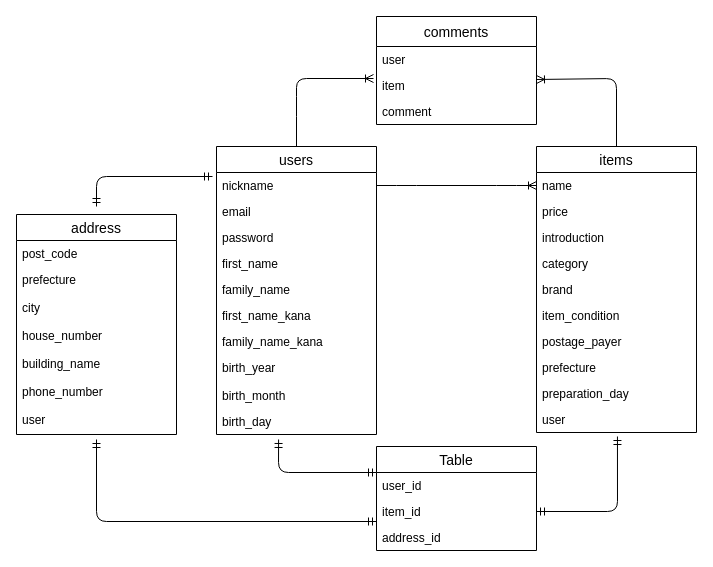
The draw.io diagram README.drawio in HANYA3106/furima_28753, before the edit. Source tidied: cells renumbered, new cells numbered last; positions are measured from the earlier drawing's top-left corner, leaving out a move shared by most shapes. Both pictures are drawn from the tidied source at 100%, with x=0, y=0 at pixel (16, 16).
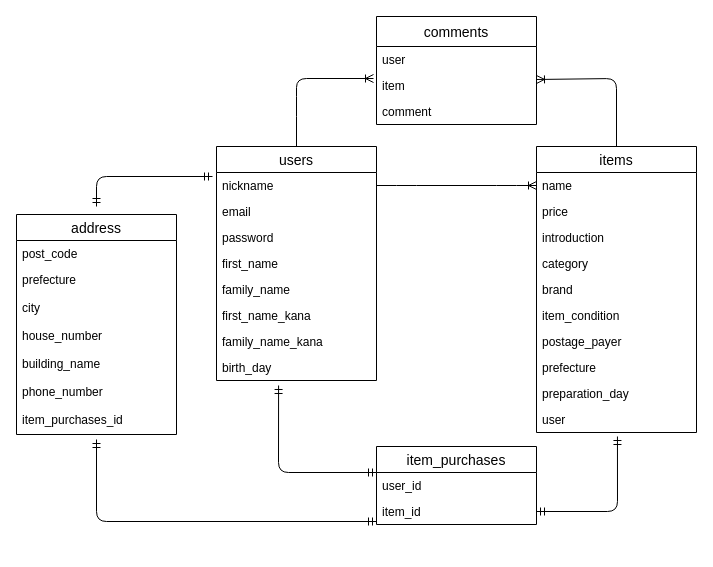
Above is the later version.

Commit message (it also covers changes not shown here):
テーブル設計修正３

The change refers to these unchanged cells:
```xml
<mxCell id="28" value="address" style="swimlane;fontStyle=0;horizontal=1;startSize=26;align=center;fontSize=14;" parent="1" vertex="1">
  <mxGeometry y="198" width="160" height="220" as="geometry" />
</mxCell>
```

Diff of the diagram source:
```diff
@@
     <mxCell id="2" value="users" style="swimlane;fontStyle=0;horizontal=1;startSize=26;align=center;fontSize=14;" parent="1" vertex="1">
-      <mxGeometry x="200" y="130" width="160" height="288" as="geometry" />
+      <mxGeometry x="200" y="130" width="160" height="234" as="geometry" />
     </mxCell>
@@
-    <mxCell id="10" value="birth_year" style="text;strokeColor=none;fillColor=none;spacingLeft=4;spacingRight=4;overflow=hidden;fontSize=12;" parent="2" vertex="1">
-      <mxGeometry y="208" width="160" height="28" as="geometry" />
-    </mxCell>
-    <mxCell id="11" value="birth_month" style="text;strokeColor=none;fillColor=none;spacingLeft=4;spacingRight=4;overflow=hidden;fontSize=12;" parent="2" vertex="1">
-      <mxGeometry y="236" width="160" height="26" as="geometry" />
-    </mxCell>
     <mxCell id="12" value="birth_day" style="text;strokeColor=none;fillColor=none;spacingLeft=4;spacingRight=4;overflow=hidden;points=[[0,0.5],[1,0.5]];portConstraint=eastwest;fontSize=12;" parent="2" vertex="1">
-      <mxGeometry y="262" width="160" height="26" as="geometry" />
+      <mxGeometry y="208" width="160" height="26" as="geometry" />
     </mxCell>
@@
-    <mxCell id="35" value="user" style="text;strokeColor=none;fillColor=none;spacingLeft=4;spacingRight=4;overflow=hidden;points=[[0,0.5],[1,0.5]];portConstraint=eastwest;fontSize=12;" parent="28" vertex="1">
+    <mxCell id="35" value="item_purchases_id" style="text;strokeColor=none;fillColor=none;spacingLeft=4;spacingRight=4;overflow=hidden;points=[[0,0.5],[1,0.5]];portConstraint=eastwest;fontSize=12;" parent="28" vertex="1">
       <mxGeometry y="192" width="160" height="28" as="geometry" />
     </mxCell>
@@
-    <mxCell id="41" value="Table" style="swimlane;fontStyle=0;horizontal=1;startSize=26;align=center;fontSize=14;" parent="1" vertex="1">
-      <mxGeometry x="360" y="430" width="160" height="104" as="geometry" />
+    <mxCell id="41" value="item_purchases" style="swimlane;fontStyle=0;horizontal=1;startSize=26;align=center;fontSize=14;" parent="1" vertex="1">
+      <mxGeometry x="360" y="430" width="160" height="78" as="geometry" />
     </mxCell>
@@
-    <mxCell id="44" value="address_id" style="text;strokeColor=none;fillColor=none;spacingLeft=4;spacingRight=4;overflow=hidden;fontSize=12;" parent="41" vertex="1">
-      <mxGeometry y="78" width="160" height="26" as="geometry" />
-    </mxCell>
```
